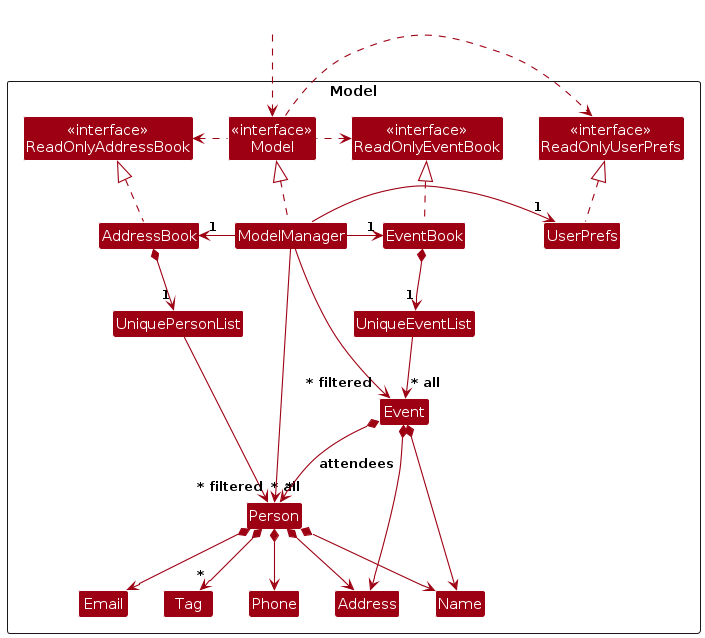
Above: diagrams/ModelClassDiagram.png in AY2425S1-CS2103T-T10-4/tp (PlantUML), before the change. Its source is kept beside it as diagrams/ModelClassDiagram.puml.
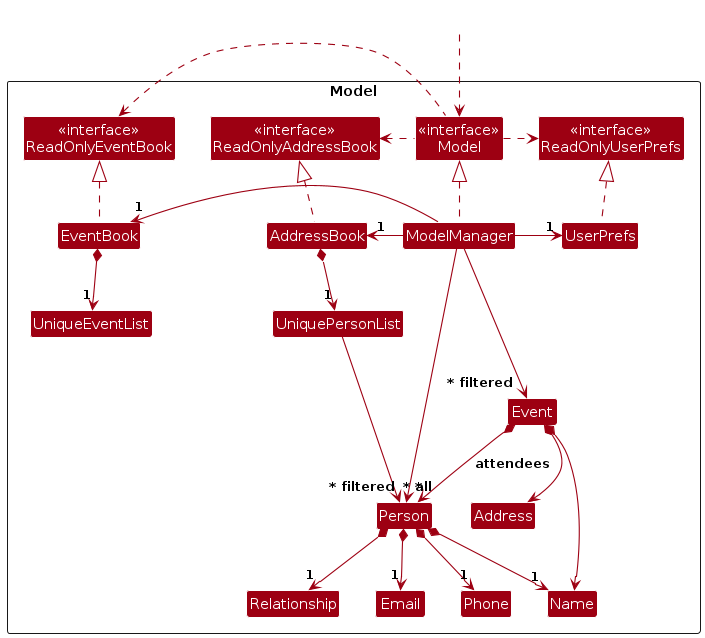
After the commit.

Diff of the diagram source:
```diff
@@ -23,7 +23,7 @@
 Class Email
 Class Name
 Class Phone
-Class Tag
+Class Relationship
 Class Event
 
 Class I #FFFFFF
@@ -47,12 +47,10 @@
 AddressBook *--> "1" UniquePersonList
 EventBook *--> "1" UniqueEventList
 UniquePersonList --> "~* all" Person
-UniqueEventList --> "~* all" Event
-Person *--> Name
-Person *--> Phone
-Person *--> Email
-Person *--> Address
-Person *--> "*" Tag
+Person *--> "1" Name
+Person *--> "1" Phone
+Person *--> "1" Email
+Person *--> "1" Relationship
 Event *--> Name
 Event *--> Address
 Event *--> "*" Person : attendees
@@ -61,10 +59,6 @@
 UniquePersonList -[hidden]right-> I
 UniqueEventList -[hidden]right-> I
 
-Name -[hidden]right-> Phone
-Phone -[hidden]right-> Address
-Address -[hidden]right-> Email
-
 ModelManager --> "~* filtered" Person
 ModelManager --> "~* filtered" Event
 @enduml
```
